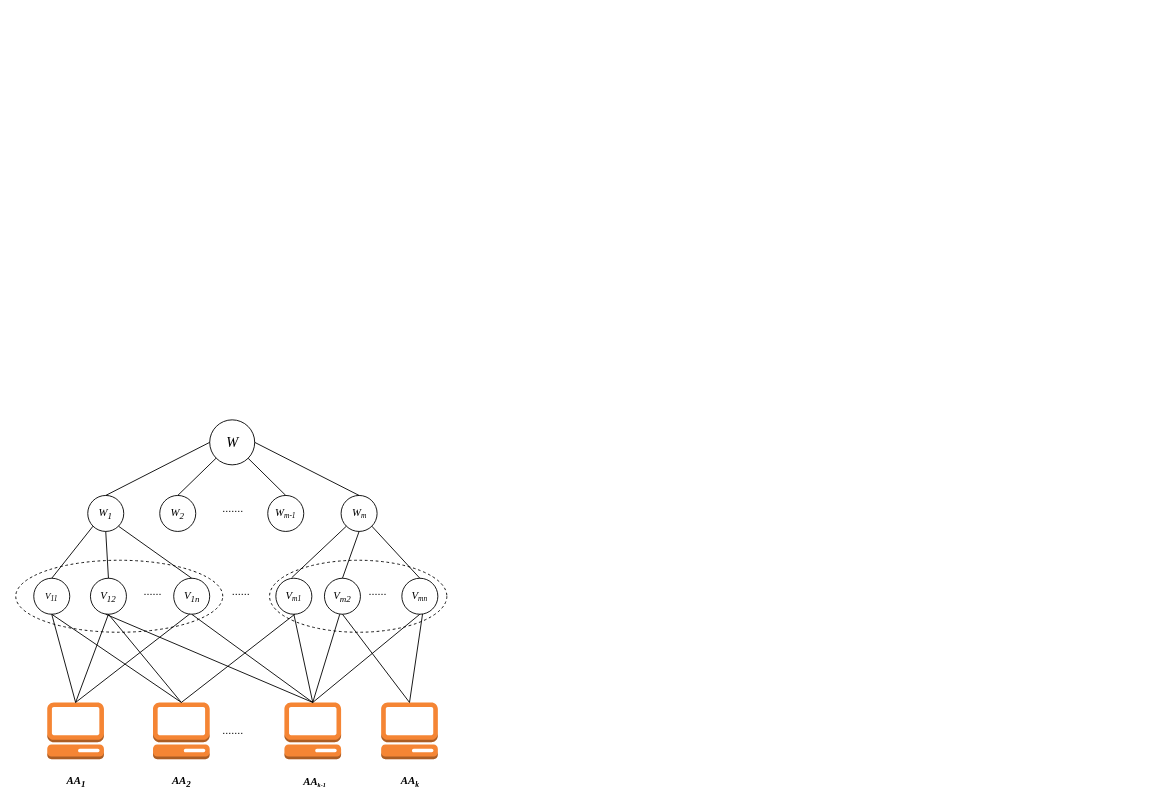
Mr-doublehappines/httpServer keeps this draw.io diagram as 未命名绘图.drawio. Above is the earlier version. Source tidied: cells renumbered, new cells numbered last; positions are measured from the earlier drawing's top-left corner, leaving out a move shared by most shapes. Both pictures are drawn from the tidied source at 90%, with x=0, y=0 at pixel (15, 419).
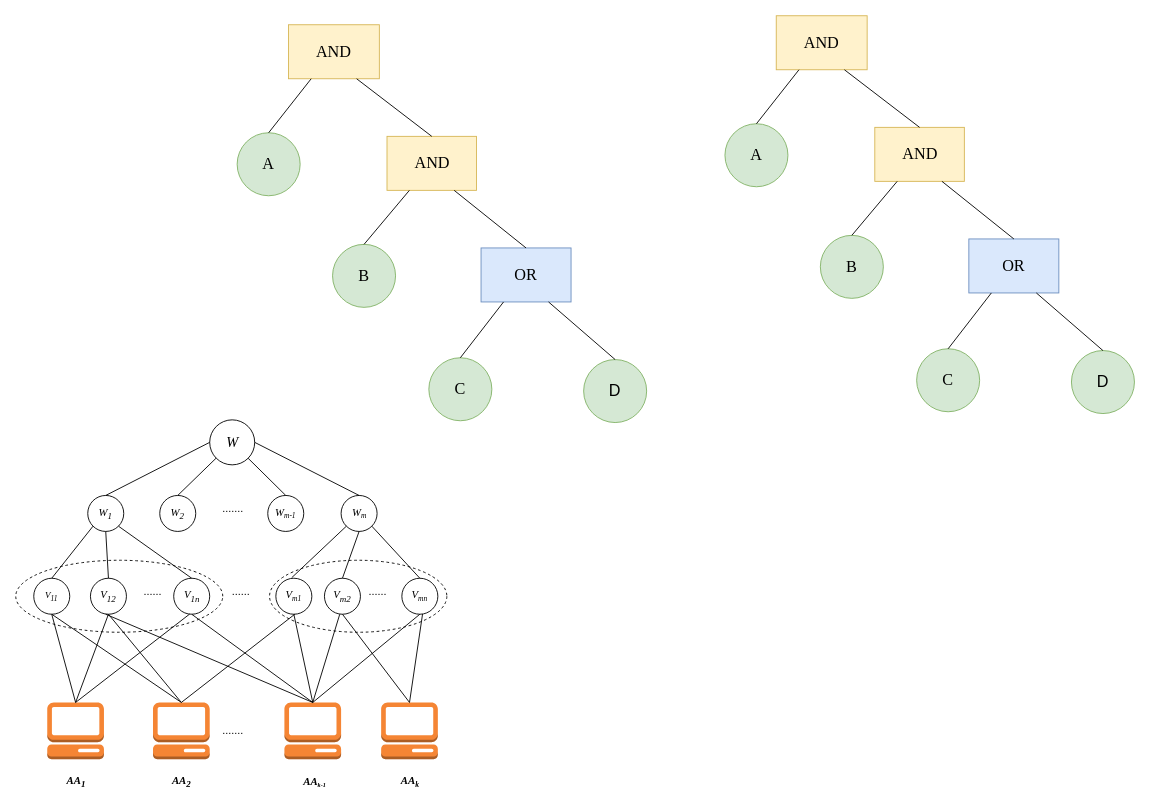
After the change.

The edit, as a diff of the source:
```diff
@@
+    <mxCell id="51" value="AND" style="rounded=0;whiteSpace=wrap;html=1;fontFamily=Times New Roman;fillColor=#fff2cc;strokeColor=#d6b656;fontSize=18;" parent="1" vertex="1">
+      <mxGeometry x="845" y="-449" width="101" height="60" as="geometry" />
+    </mxCell>
+    <mxCell id="52" value="AND" style="rounded=0;whiteSpace=wrap;html=1;fontFamily=Times New Roman;fillColor=#fff2cc;strokeColor=#d6b656;fontSize=18;" parent="1" vertex="1">
+      <mxGeometry x="954.5" y="-325" width="99.5" height="60" as="geometry" />
+    </mxCell>
+    <mxCell id="53" value="OR" style="rounded=0;whiteSpace=wrap;html=1;fontFamily=Times New Roman;fillColor=#dae8fc;strokeColor=#6c8ebf;fontSize=18;" parent="1" vertex="1">
+      <mxGeometry x="1059" y="-201" width="100" height="60" as="geometry" />
+    </mxCell>
+    <mxCell id="54" style="endArrow=none;html=1;rounded=0;entryX=0.75;entryY=1;entryDx=0;entryDy=0;exitX=0.5;exitY=0;exitDx=0;exitDy=0;fontFamily=Times New Roman;fontSize=18;" parent="1" edge="1" source="52" target="51">
+      <mxGeometry relative="1" as="geometry" />
+    </mxCell>
+    <mxCell id="55" style="endArrow=none;html=1;rounded=0;entryX=0.75;entryY=1;entryDx=0;entryDy=0;exitX=0.5;exitY=0;exitDx=0;exitDy=0;fontFamily=Times New Roman;fontSize=18;" parent="1" edge="1" source="53" target="52">
+      <mxGeometry relative="1" as="geometry" />
+    </mxCell>
+    <mxCell id="56" value="A" style="ellipse;whiteSpace=wrap;html=1;fontFamily=Times New Roman;fillColor=#d5e8d4;strokeColor=#82b366;fontSize=18;" parent="1" vertex="1">
+      <mxGeometry x="788" y="-329" width="70" height="70" as="geometry" />
+    </mxCell>
+    <mxCell id="57" value="B" style="ellipse;whiteSpace=wrap;html=1;fontFamily=Times New Roman;fillColor=#d5e8d4;strokeColor=#82b366;fontSize=18;" parent="1" vertex="1">
+      <mxGeometry x="894" y="-205" width="70" height="70" as="geometry" />
+    </mxCell>
+    <mxCell id="58" value="C" style="ellipse;whiteSpace=wrap;html=1;fontFamily=Times New Roman;fillColor=#d5e8d4;strokeColor=#82b366;fontSize=18;" parent="1" vertex="1">
+      <mxGeometry x="1001" y="-79" width="70" height="70" as="geometry" />
+    </mxCell>
+    <mxCell id="59" value="D" style="ellipse;whiteSpace=wrap;html=1;fillColor=#d5e8d4;strokeColor=#82b366;fontSize=18;" parent="1" vertex="1">
+      <mxGeometry x="1173" y="-77" width="70" height="70" as="geometry" />
+    </mxCell>
+    <mxCell id="60" style="endArrow=none;html=1;rounded=0;entryX=0.25;entryY=1;entryDx=0;entryDy=0;exitX=0.5;exitY=0;exitDx=0;exitDy=0;fontFamily=Times New Roman;fontSize=18;" parent="1" edge="1" source="56" target="51">
+      <mxGeometry relative="1" as="geometry" />
+    </mxCell>
+    <mxCell id="61" style="endArrow=none;html=1;rounded=0;entryX=0.25;entryY=1;entryDx=0;entryDy=0;exitX=0.5;exitY=0;exitDx=0;exitDy=0;fontFamily=Times New Roman;fontSize=18;" parent="1" edge="1" source="57" target="52">
+      <mxGeometry relative="1" as="geometry" />
+    </mxCell>
+    <mxCell id="62" style="endArrow=none;html=1;rounded=0;entryX=0.25;entryY=1;entryDx=0;entryDy=0;exitX=0.5;exitY=0;exitDx=0;exitDy=0;fontFamily=Times New Roman;fontSize=18;" parent="1" edge="1" source="58" target="53">
+      <mxGeometry relative="1" as="geometry" />
+    </mxCell>
+    <mxCell id="63" style="endArrow=none;html=1;rounded=0;entryX=0.75;entryY=1;entryDx=0;entryDy=0;exitX=0.5;exitY=0;exitDx=0;exitDy=0;fontFamily=Times New Roman;fontSize=18;" parent="1" edge="1" source="59" target="53">
+      <mxGeometry relative="1" as="geometry" />
+    </mxCell>
+    <mxCell id="64" value="AND" style="rounded=0;whiteSpace=wrap;html=1;fontFamily=Times New Roman;fillColor=#fff2cc;strokeColor=#d6b656;fontSize=18;" parent="1" vertex="1">
+      <mxGeometry x="303" y="-439" width="101" height="60" as="geometry" />
+    </mxCell>
+    <mxCell id="65" value="AND" style="rounded=0;whiteSpace=wrap;html=1;fontFamily=Times New Roman;fillColor=#fff2cc;strokeColor=#d6b656;fontSize=18;" parent="1" vertex="1">
+      <mxGeometry x="412.5" y="-315" width="99.5" height="60" as="geometry" />
+    </mxCell>
+    <mxCell id="66" value="OR" style="rounded=0;whiteSpace=wrap;html=1;fontFamily=Times New Roman;fillColor=#dae8fc;strokeColor=#6c8ebf;fontSize=18;" parent="1" vertex="1">
+      <mxGeometry x="517" y="-191" width="100" height="60" as="geometry" />
+    </mxCell>
+    <mxCell id="67" style="endArrow=none;html=1;rounded=0;entryX=0.75;entryY=1;entryDx=0;entryDy=0;exitX=0.5;exitY=0;exitDx=0;exitDy=0;fontFamily=Times New Roman;fontSize=18;" parent="1" edge="1" source="65" target="64">
+      <mxGeometry relative="1" as="geometry" />
+    </mxCell>
+    <mxCell id="68" style="endArrow=none;html=1;rounded=0;entryX=0.75;entryY=1;entryDx=0;entryDy=0;exitX=0.5;exitY=0;exitDx=0;exitDy=0;fontFamily=Times New Roman;fontSize=18;" parent="1" edge="1" source="66" target="65">
+      <mxGeometry relative="1" as="geometry" />
+    </mxCell>
+    <mxCell id="69" value="A" style="ellipse;whiteSpace=wrap;html=1;fontFamily=Times New Roman;fillColor=#d5e8d4;strokeColor=#82b366;fontSize=18;" parent="1" vertex="1">
+      <mxGeometry x="246" y="-319" width="70" height="70" as="geometry" />
+    </mxCell>
+    <mxCell id="70" value="B" style="ellipse;whiteSpace=wrap;html=1;fontFamily=Times New Roman;fillColor=#d5e8d4;strokeColor=#82b366;fontSize=18;" parent="1" vertex="1">
+      <mxGeometry x="352" y="-195" width="70" height="70" as="geometry" />
+    </mxCell>
+    <mxCell id="71" value="C" style="ellipse;whiteSpace=wrap;html=1;fontFamily=Times New Roman;fillColor=#d5e8d4;strokeColor=#82b366;fontSize=18;" parent="1" vertex="1">
+      <mxGeometry x="459" y="-69" width="70" height="70" as="geometry" />
+    </mxCell>
+    <mxCell id="72" value="D" style="ellipse;whiteSpace=wrap;html=1;fillColor=#d5e8d4;strokeColor=#82b366;fontSize=18;" parent="1" vertex="1">
+      <mxGeometry x="631" y="-67" width="70" height="70" as="geometry" />
+    </mxCell>
+    <mxCell id="73" style="endArrow=none;html=1;rounded=0;entryX=0.25;entryY=1;entryDx=0;entryDy=0;exitX=0.5;exitY=0;exitDx=0;exitDy=0;fontFamily=Times New Roman;fontSize=18;" parent="1" edge="1" source="69" target="64">
+      <mxGeometry relative="1" as="geometry" />
+    </mxCell>
+    <mxCell id="74" style="endArrow=none;html=1;rounded=0;entryX=0.25;entryY=1;entryDx=0;entryDy=0;exitX=0.5;exitY=0;exitDx=0;exitDy=0;fontFamily=Times New Roman;fontSize=18;" parent="1" edge="1" source="70" target="65">
+      <mxGeometry relative="1" as="geometry" />
+    </mxCell>
+    <mxCell id="75" style="endArrow=none;html=1;rounded=0;entryX=0.25;entryY=1;entryDx=0;entryDy=0;exitX=0.5;exitY=0;exitDx=0;exitDy=0;fontFamily=Times New Roman;fontSize=18;" parent="1" edge="1" source="71" target="66">
+      <mxGeometry relative="1" as="geometry" />
+    </mxCell>
+    <mxCell id="76" style="endArrow=none;html=1;rounded=0;entryX=0.75;entryY=1;entryDx=0;entryDy=0;exitX=0.5;exitY=0;exitDx=0;exitDy=0;fontFamily=Times New Roman;fontSize=18;" parent="1" edge="1" source="72" target="66">
+      <mxGeometry relative="1" as="geometry" />
+    </mxCell>
```
